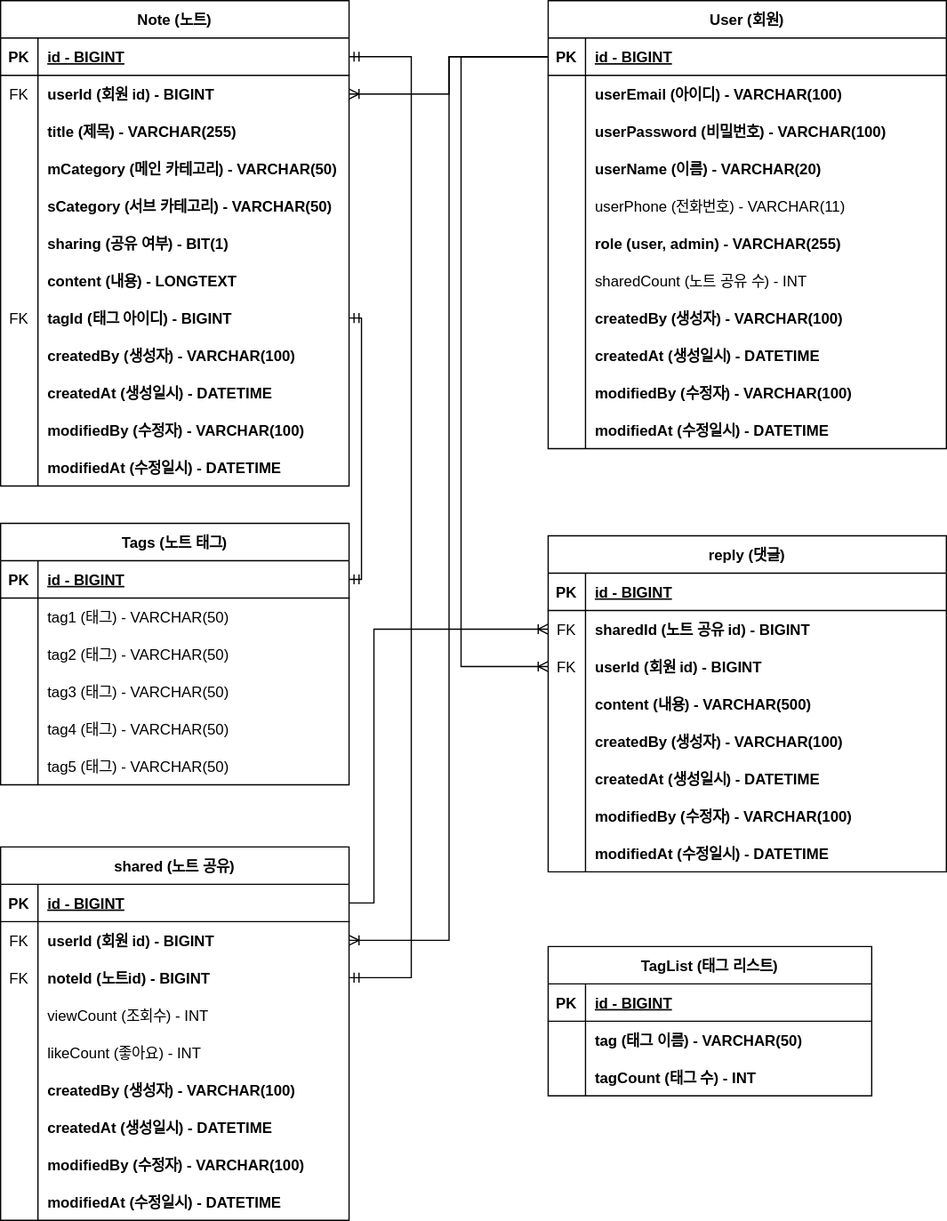
The draw.io diagram document/note-overflow-ERD.svg in NohDaeHwan/note-overflow, before a commit. Source tidied: cells renumbered, new cells last; positions are measured from the earlier drawing's top-left corner, leaving out a move shared by most shapes.
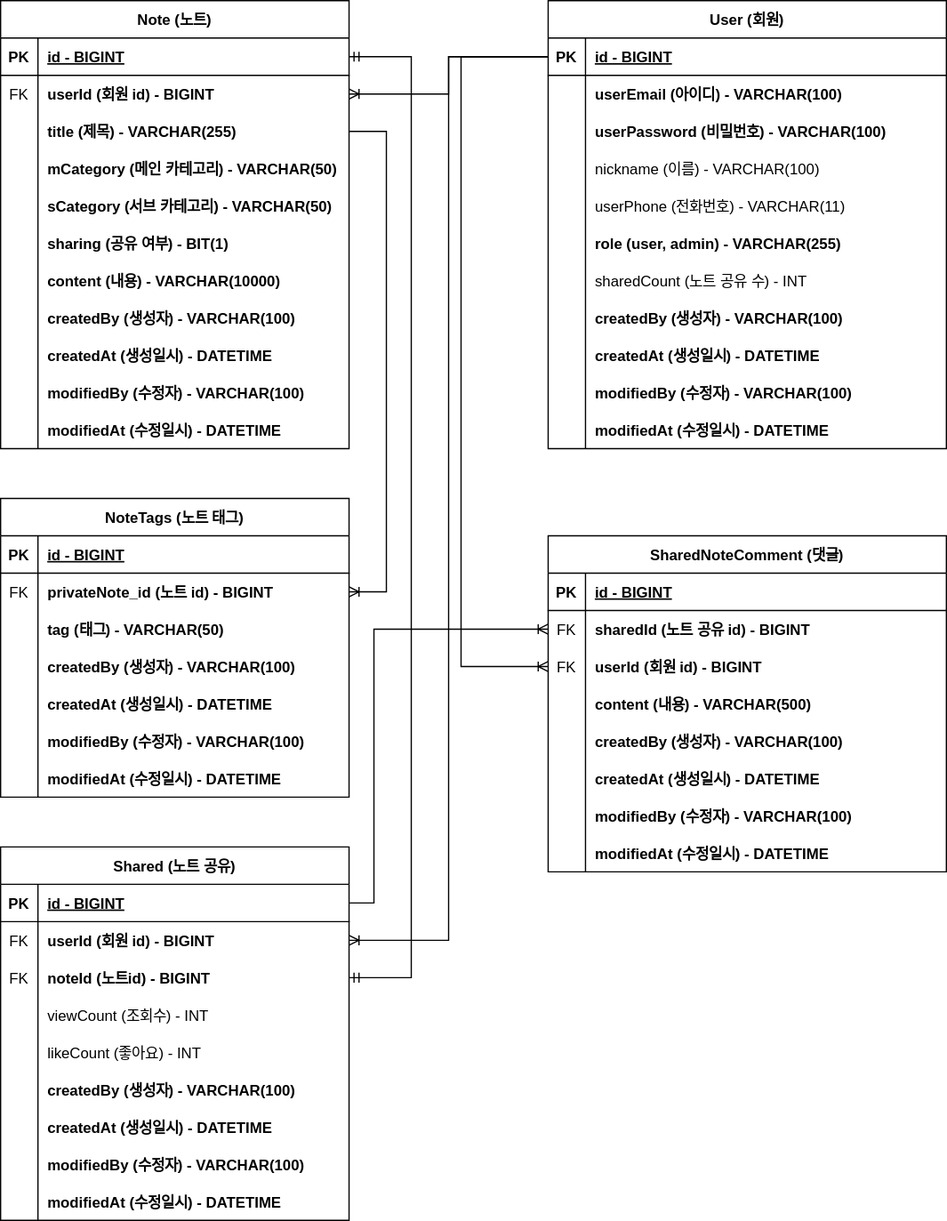
After the commit.

Commit message:
#8 - Update ERD: Change property name and note tag table

The edit, as a diff of the source:
```diff
@@ -38,7 +38,7 @@
     <mxCell id="13" style="shape=partialRectangle;overflow=hidden;fillColor=none;top=0;left=0;bottom=0;right=0;" parent="12" vertex="1">
       <mxGeometry width="30" height="30" as="geometry" />
     </mxCell>
-    <mxCell id="14" value="userName (이름) - VARCHAR(20)" style="shape=partialRectangle;overflow=hidden;fillColor=none;top=0;left=0;bottom=0;right=0;align=left;spacingLeft=6;fontStyle=1;" parent="12" vertex="1">
+    <mxCell id="14" value="nickname (이름) - VARCHAR(100)" style="shape=partialRectangle;overflow=hidden;fillColor=none;top=0;left=0;bottom=0;right=0;align=left;spacingLeft=6;fontStyle=0;" parent="12" vertex="1">
       <mxGeometry x="30" width="290" height="30" as="geometry" />
     </mxCell>
     <mxCell id="15" style="shape=partialRectangle;fillColor=none;top=0;left=0;right=0;bottom=0;" parent="2" vertex="1">
@@ -105,7 +105,7 @@
       <mxGeometry x="30" width="290" height="30" as="geometry" />
     </mxCell>
     <mxCell id="36" value="Note (노트)" style="shape=table;startSize=30;rowLines=0;fontStyle=1;align=center;" parent="1" vertex="1">
-      <mxGeometry width="280" height="390" as="geometry" />
+      <mxGeometry width="280" height="360" as="geometry" />
     </mxCell>
     <mxCell id="37" style="shape=partialRectangle;fillColor=none;points=[[0,0.5],[1,0.5]];portConstraint=eastwest;top=0;left=0;right=0;bottom=1;" parent="36" vertex="1">
       <mxGeometry y="30" width="280" height="30" as="geometry" />
@@ -167,20 +167,11 @@
     <mxCell id="56" style="shape=partialRectangle;overflow=hidden;fillColor=none;top=0;left=0;bottom=0;right=0;" parent="55" vertex="1">
       <mxGeometry width="30" height="30" as="geometry" />
     </mxCell>
-    <mxCell id="57" value="content (내용) - LONGTEXT" style="shape=partialRectangle;overflow=hidden;fillColor=none;top=0;left=0;bottom=0;right=0;align=left;spacingLeft=6;fontStyle=1;" parent="55" vertex="1">
+    <mxCell id="57" value="content (내용) - VARCHAR(10000)" style="shape=partialRectangle;overflow=hidden;fillColor=none;top=0;left=0;bottom=0;right=0;align=left;spacingLeft=6;fontStyle=1;" parent="55" vertex="1">
       <mxGeometry x="30" width="250" height="30" as="geometry" />
     </mxCell>
-    <mxCell id="58" style="shape=partialRectangle;fillColor=none;points=[[0,0.5],[1,0.5]];portConstraint=eastwest;top=0;left=0;right=0;bottom=0;" parent="36" vertex="1">
-      <mxGeometry y="240" width="280" height="30" as="geometry" />
-    </mxCell>
-    <mxCell id="59" value="FK" style="shape=partialRectangle;overflow=hidden;fillColor=none;top=0;left=0;bottom=0;right=0;" parent="58" vertex="1">
-      <mxGeometry width="30" height="30" as="geometry" />
-    </mxCell>
-    <mxCell id="60" value="tagId (태그 아이디) - BIGINT" style="shape=partialRectangle;overflow=hidden;fillColor=none;top=0;left=0;bottom=0;right=0;align=left;spacingLeft=6;fontStyle=1;" parent="58" vertex="1">
-      <mxGeometry x="30" width="250" height="30" as="geometry" />
-    </mxCell>
     <mxCell id="61" style="shape=partialRectangle;fillColor=none;top=0;left=0;right=0;bottom=0;" parent="36" vertex="1">
-      <mxGeometry y="270" width="280" height="30" as="geometry" />
+      <mxGeometry y="240" width="280" height="30" as="geometry" />
     </mxCell>
     <mxCell id="62" style="shape=partialRectangle;overflow=hidden;fillColor=none;top=0;left=0;bottom=0;right=0;" parent="61" vertex="1">
       <mxGeometry width="30" height="30" as="geometry" />
@@ -189,7 +180,7 @@
       <mxGeometry x="30" width="250" height="30" as="geometry" />
     </mxCell>
     <mxCell id="64" style="shape=partialRectangle;fillColor=none;top=0;left=0;right=0;bottom=0;" parent="36" vertex="1">
-      <mxGeometry y="300" width="280" height="30" as="geometry" />
+      <mxGeometry y="270" width="280" height="30" as="geometry" />
     </mxCell>
     <mxCell id="65" style="shape=partialRectangle;overflow=hidden;fillColor=none;top=0;left=0;bottom=0;right=0;" parent="64" vertex="1">
       <mxGeometry width="30" height="30" as="geometry" />
@@ -198,7 +189,7 @@
       <mxGeometry x="30" width="250" height="30" as="geometry" />
     </mxCell>
     <mxCell id="67" style="shape=partialRectangle;fillColor=none;top=0;left=0;right=0;bottom=0;" parent="36" vertex="1">
-      <mxGeometry y="330" width="280" height="30" as="geometry" />
+      <mxGeometry y="300" width="280" height="30" as="geometry" />
     </mxCell>
     <mxCell id="68" style="shape=partialRectangle;overflow=hidden;fillColor=none;top=0;left=0;bottom=0;right=0;" parent="67" vertex="1">
       <mxGeometry width="30" height="30" as="geometry" />
@@ -207,7 +198,7 @@
       <mxGeometry x="30" width="250" height="30" as="geometry" />
     </mxCell>
     <mxCell id="70" style="shape=partialRectangle;fillColor=none;top=0;left=0;right=0;bottom=0;" parent="36" vertex="1">
-      <mxGeometry y="360" width="280" height="30" as="geometry" />
+      <mxGeometry y="330" width="280" height="30" as="geometry" />
     </mxCell>
     <mxCell id="71" style="shape=partialRectangle;overflow=hidden;fillColor=none;top=0;left=0;bottom=0;right=0;" parent="70" vertex="1">
       <mxGeometry width="30" height="30" as="geometry" />
@@ -215,7 +206,7 @@
     <mxCell id="72" value="modifiedAt (수정일시) - DATETIME" style="shape=partialRectangle;overflow=hidden;fillColor=none;top=0;left=0;bottom=0;right=0;align=left;spacingLeft=6;fontStyle=1;" parent="70" vertex="1">
       <mxGeometry x="30" width="250" height="30" as="geometry" />
     </mxCell>
-    <mxCell id="73" value="shared (노트 공유)" style="shape=table;startSize=30;rowLines=0;fontStyle=1;align=center;" parent="1" vertex="1">
+    <mxCell id="73" value="Shared (노트 공유)" style="shape=table;startSize=30;rowLines=0;fontStyle=1;align=center;" parent="1" vertex="1">
       <mxGeometry y="680" width="280" height="300" as="geometry" />
     </mxCell>
     <mxCell id="74" style="shape=partialRectangle;fillColor=none;points=[[0,0.5],[1,0.5]];portConstraint=eastwest;top=0;left=0;right=0;bottom=1;" parent="73" vertex="1">
@@ -299,8 +290,8 @@
     <mxCell id="100" value="modifiedAt (수정일시) - DATETIME" style="shape=partialRectangle;overflow=hidden;fillColor=none;top=0;left=0;bottom=0;right=0;align=left;spacingLeft=6;fontStyle=1;" parent="98" vertex="1">
       <mxGeometry x="30" width="250" height="30" as="geometry" />
     </mxCell>
-    <mxCell id="101" value="Tags (노트 태그)" style="shape=table;startSize=30;rowLines=0;fontStyle=1;align=center;" parent="1" vertex="1">
-      <mxGeometry y="420" width="280" height="210" as="geometry" />
+    <mxCell id="101" value="NoteTags (노트 태그)" style="shape=table;startSize=30;rowLines=0;fontStyle=1;align=center;" parent="1" vertex="1">
+      <mxGeometry y="400" width="280" height="240" as="geometry" />
     </mxCell>
     <mxCell id="102" style="shape=tableRow;horizontal=0;startSize=0;swimlaneHead=0;swimlaneBody=0;fillColor=none;points=[[0,0.5],[1,0.5]];portConstraint=eastwest;top=0;left=0;right=0;bottom=1;" parent="101" vertex="1">
       <mxGeometry y="30" width="280" height="30" as="geometry" />
@@ -314,10 +305,10 @@
     <mxCell id="105" style="shape=tableRow;horizontal=0;startSize=0;swimlaneHead=0;swimlaneBody=0;fillColor=none;points=[[0,0.5],[1,0.5]];portConstraint=eastwest;top=0;left=0;right=0;bottom=0;" parent="101" vertex="1">
       <mxGeometry y="60" width="280" height="30" as="geometry" />
     </mxCell>
-    <mxCell id="106" style="shape=partialRectangle;fillColor=none;top=0;left=0;bottom=0;right=0;overflow=hidden;" parent="105" vertex="1">
+    <mxCell id="106" value="FK" style="shape=partialRectangle;fillColor=none;top=0;left=0;bottom=0;right=0;overflow=hidden;" parent="105" vertex="1">
       <mxGeometry width="30" height="30" as="geometry" />
     </mxCell>
-    <mxCell id="107" value="tag1 (태그) - VARCHAR(50)" style="shape=partialRectangle;fillColor=none;top=0;left=0;bottom=0;right=0;align=left;spacingLeft=6;overflow=hidden;" parent="105" vertex="1">
+    <mxCell id="107" value="privateNote_id (노트 id) - BIGINT" style="shape=partialRectangle;fillColor=none;top=0;left=0;bottom=0;right=0;align=left;spacingLeft=6;overflow=hidden;fontStyle=1;" parent="105" vertex="1">
       <mxGeometry x="30" width="250" height="30" as="geometry" />
     </mxCell>
     <mxCell id="108" style="shape=tableRow;horizontal=0;startSize=0;swimlaneHead=0;swimlaneBody=0;fillColor=none;top=0;left=0;right=0;bottom=0;" parent="101" vertex="1">
@@ -326,66 +317,45 @@
     <mxCell id="109" style="shape=partialRectangle;fillColor=none;top=0;left=0;bottom=0;right=0;overflow=hidden;" parent="108" vertex="1">
       <mxGeometry width="30" height="30" as="geometry" />
     </mxCell>
-    <mxCell id="110" value="tag2 (태그) - VARCHAR(50)" style="shape=partialRectangle;fillColor=none;top=0;left=0;bottom=0;right=0;align=left;spacingLeft=6;overflow=hidden;" parent="108" vertex="1">
+    <mxCell id="110" value="tag (태그) - VARCHAR(50)" style="shape=partialRectangle;fillColor=none;top=0;left=0;bottom=0;right=0;align=left;spacingLeft=6;overflow=hidden;fontStyle=1;" parent="108" vertex="1">
       <mxGeometry x="30" width="250" height="30" as="geometry" />
     </mxCell>
     <mxCell id="111" style="shape=tableRow;horizontal=0;startSize=0;swimlaneHead=0;swimlaneBody=0;fillColor=none;top=0;left=0;right=0;bottom=0;" parent="101" vertex="1">
       <mxGeometry y="120" width="280" height="30" as="geometry" />
     </mxCell>
-    <mxCell id="112" style="shape=partialRectangle;fillColor=none;top=0;left=0;bottom=0;right=0;overflow=hidden;" parent="111" vertex="1">
-      <mxGeometry width="30" height="30" as="geometry" />
-    </mxCell>
-    <mxCell id="113" value="tag3 (태그) - VARCHAR(50)" style="shape=partialRectangle;fillColor=none;top=0;left=0;bottom=0;right=0;align=left;spacingLeft=6;overflow=hidden;" parent="111" vertex="1">
-      <mxGeometry x="30" width="250" height="30" as="geometry" />
-    </mxCell>
+    <mxCell id="161" style="shape=partialRectangle;fillColor=none;top=0;left=0;bottom=0;right=0;overflow=hidden;" parent="111" vertex="1">
+      <mxGeometry width="30" height="30" as="geometry" />
+    </mxCell>
+    <mxCell id="162" value="createdBy (생성자) - VARCHAR(100)" style="shape=partialRectangle;fillColor=none;top=0;left=0;bottom=0;right=0;align=left;spacingLeft=6;overflow=hidden;fontStyle=1;" parent="111" vertex="1">
+      <mxGeometry x="30" width="250" height="30" as="geometry" />
+    </mxCell>
     <mxCell id="114" style="shape=tableRow;horizontal=0;startSize=0;swimlaneHead=0;swimlaneBody=0;fillColor=none;top=0;left=0;right=0;bottom=0;" parent="101" vertex="1">
       <mxGeometry y="150" width="280" height="30" as="geometry" />
     </mxCell>
-    <mxCell id="115" style="shape=partialRectangle;fillColor=none;top=0;left=0;bottom=0;right=0;overflow=hidden;" parent="114" vertex="1">
-      <mxGeometry width="30" height="30" as="geometry" />
-    </mxCell>
-    <mxCell id="116" value="tag4 (태그) - VARCHAR(50)" style="shape=partialRectangle;fillColor=none;top=0;left=0;bottom=0;right=0;align=left;spacingLeft=6;overflow=hidden;" parent="114" vertex="1">
-      <mxGeometry x="30" width="250" height="30" as="geometry" />
-    </mxCell>
+    <mxCell id="163" style="shape=partialRectangle;fillColor=none;top=0;left=0;bottom=0;right=0;overflow=hidden;" parent="114" vertex="1">
+      <mxGeometry width="30" height="30" as="geometry" />
+    </mxCell>
+    <mxCell id="164" value="createdAt (생성일시) - DATETIME" style="shape=partialRectangle;fillColor=none;top=0;left=0;bottom=0;right=0;align=left;spacingLeft=6;overflow=hidden;fontStyle=1;" parent="114" vertex="1">
+      <mxGeometry x="30" width="250" height="30" as="geometry" />
+    </mxCell>
     <mxCell id="117" style="shape=tableRow;horizontal=0;startSize=0;swimlaneHead=0;swimlaneBody=0;fillColor=none;top=0;left=0;right=0;bottom=0;" parent="101" vertex="1">
       <mxGeometry y="180" width="280" height="30" as="geometry" />
     </mxCell>
-    <mxCell id="118" style="shape=partialRectangle;fillColor=none;top=0;left=0;bottom=0;right=0;overflow=hidden;" parent="117" vertex="1">
-      <mxGeometry width="30" height="30" as="geometry" />
-    </mxCell>
-    <mxCell id="119" value="tag5 (태그) - VARCHAR(50)" style="shape=partialRectangle;fillColor=none;top=0;left=0;bottom=0;right=0;align=left;spacingLeft=6;overflow=hidden;" parent="117" vertex="1">
-      <mxGeometry x="30" width="250" height="30" as="geometry" />
-    </mxCell>
-    <mxCell id="120" value="TagList (태그 리스트)" style="shape=table;startSize=30;rowLines=0;fontStyle=1;align=center;" parent="1" vertex="1">
-      <mxGeometry x="440" y="760" width="260" height="120" as="geometry" />
-    </mxCell>
-    <mxCell id="121" style="shape=tableRow;horizontal=0;startSize=0;swimlaneHead=0;swimlaneBody=0;fillColor=none;top=0;left=0;right=0;bottom=1;" parent="120" vertex="1">
-      <mxGeometry y="30" width="260" height="30" as="geometry" />
-    </mxCell>
-    <mxCell id="122" value="PK" style="shape=partialRectangle;fillColor=none;top=0;left=0;bottom=0;right=0;fontStyle=1;overflow=hidden;" parent="121" vertex="1">
-      <mxGeometry width="30" height="30" as="geometry" />
-    </mxCell>
-    <mxCell id="123" value="id - BIGINT" style="shape=partialRectangle;fillColor=none;top=0;left=0;bottom=0;right=0;align=left;spacingLeft=6;fontStyle=5;overflow=hidden;" parent="121" vertex="1">
-      <mxGeometry x="30" width="230" height="30" as="geometry" />
-    </mxCell>
-    <mxCell id="124" style="shape=tableRow;horizontal=0;startSize=0;swimlaneHead=0;swimlaneBody=0;fillColor=none;top=0;left=0;right=0;bottom=0;" parent="120" vertex="1">
-      <mxGeometry y="60" width="260" height="30" as="geometry" />
-    </mxCell>
-    <mxCell id="125" style="shape=partialRectangle;fillColor=none;top=0;left=0;bottom=0;right=0;overflow=hidden;" parent="124" vertex="1">
-      <mxGeometry width="30" height="30" as="geometry" />
-    </mxCell>
-    <mxCell id="126" value="tag (태그 이름) - VARCHAR(50)" style="shape=partialRectangle;fillColor=none;top=0;left=0;bottom=0;right=0;align=left;spacingLeft=6;overflow=hidden;fontStyle=1;" parent="124" vertex="1">
-      <mxGeometry x="30" width="230" height="30" as="geometry" />
-    </mxCell>
-    <mxCell id="127" style="shape=tableRow;horizontal=0;startSize=0;swimlaneHead=0;swimlaneBody=0;fillColor=none;top=0;left=0;right=0;bottom=0;" parent="120" vertex="1">
-      <mxGeometry y="90" width="260" height="30" as="geometry" />
-    </mxCell>
-    <mxCell id="128" style="shape=partialRectangle;fillColor=none;top=0;left=0;bottom=0;right=0;overflow=hidden;" parent="127" vertex="1">
-      <mxGeometry width="30" height="30" as="geometry" />
-    </mxCell>
-    <mxCell id="129" value="tagCount (태그 수) - INT" style="shape=partialRectangle;fillColor=none;top=0;left=0;bottom=0;right=0;align=left;spacingLeft=6;overflow=hidden;fontStyle=1;" parent="127" vertex="1">
-      <mxGeometry x="30" width="230" height="30" as="geometry" />
-    </mxCell>
+    <mxCell id="165" style="shape=partialRectangle;fillColor=none;top=0;left=0;bottom=0;right=0;overflow=hidden;" parent="117" vertex="1">
+      <mxGeometry width="30" height="30" as="geometry" />
+    </mxCell>
+    <mxCell id="166" value="modifiedBy (수정자) - VARCHAR(100)" style="shape=partialRectangle;fillColor=none;top=0;left=0;bottom=0;right=0;align=left;spacingLeft=6;overflow=hidden;fontStyle=1;" parent="117" vertex="1">
+      <mxGeometry x="30" width="250" height="30" as="geometry" />
+    </mxCell>
+    <mxCell id="167" style="shape=tableRow;horizontal=0;startSize=0;swimlaneHead=0;swimlaneBody=0;fillColor=none;top=0;left=0;right=0;bottom=0;" parent="101" vertex="1">
+      <mxGeometry y="210" width="280" height="30" as="geometry" />
+    </mxCell>
+    <mxCell id="168" style="shape=partialRectangle;fillColor=none;top=0;left=0;bottom=0;right=0;overflow=hidden;" parent="167" vertex="1">
+      <mxGeometry width="30" height="30" as="geometry" />
+    </mxCell>
+    <mxCell id="169" value="modifiedAt (수정일시) - DATETIME" style="shape=partialRectangle;fillColor=none;top=0;left=0;bottom=0;right=0;align=left;spacingLeft=6;overflow=hidden;fontStyle=1;" parent="167" vertex="1">
+      <mxGeometry x="30" width="250" height="30" as="geometry" />
+    </mxCell>
     <mxCell id="130" style="edgeStyle=elbowEdgeStyle;fontSize=12;html=1;endArrow=ERoneToMany;rounded=0;entryX=1;entryY=0.5;entryDx=0;entryDy=0;exitX=0;exitY=0.5;exitDx=0;exitDy=0;elbow=vertical;" parent="1" edge="1" source="3" target="40">
       <mxGeometry relative="1" as="geometry" />
     </mxCell>
@@ -399,10 +369,7 @@
         </Array>
       </mxGeometry>
     </mxCell>
-    <mxCell id="133" style="fontSize=12;html=1;endArrow=ERmandOne;startArrow=ERmandOne;rounded=0;exitX=1;exitY=0.5;exitDx=0;exitDy=0;edgeStyle=orthogonalEdgeStyle;entryX=1;entryY=0.5;entryDx=0;entryDy=0;" parent="1" edge="1" source="58" target="102">
-      <mxGeometry relative="1" as="geometry" />
-    </mxCell>
-    <mxCell id="134" value="reply (댓글)" style="shape=table;startSize=30;rowLines=0;fontStyle=1;align=center;" parent="1" vertex="1">
+    <mxCell id="134" value="SharedNoteComment (댓글)" style="shape=table;startSize=30;rowLines=0;fontStyle=1;align=center;" parent="1" vertex="1">
       <mxGeometry x="440" y="430" width="320" height="270" as="geometry" />
     </mxCell>
     <mxCell id="135" style="shape=partialRectangle;fillColor=none;top=0;left=0;right=0;bottom=1;" parent="134" vertex="1">
@@ -493,5 +460,8 @@
         </Array>
       </mxGeometry>
     </mxCell>
+    <mxCell id="170" style="edgeStyle=entityRelationEdgeStyle;fontSize=12;html=1;endArrow=ERoneToMany;rounded=0;exitX=1;exitY=0.5;exitDx=0;exitDy=0;entryX=1;entryY=0.5;entryDx=0;entryDy=0;" parent="1" edge="1" source="43" target="105">
+      <mxGeometry relative="1" as="geometry" />
+    </mxCell>
   </root>
 </mxGraphModel>
```
